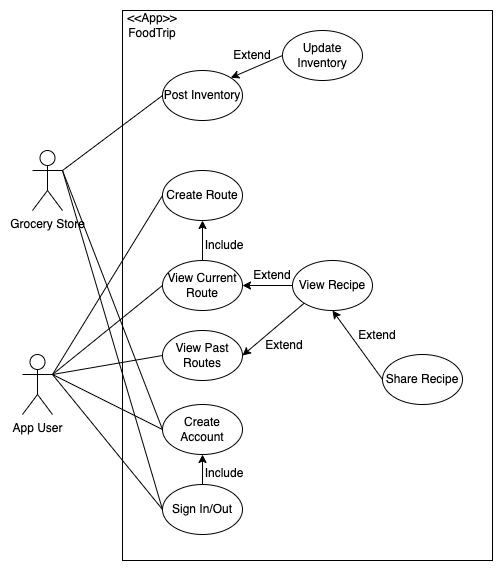
The draw.io diagram documentation/images/use-case-diagram.png in CPEN321-FoodTrip/FoodTrip, before a commit. Source tidied: cells renumbered, new cells last; positions are measured from the earlier drawing's top-left corner, leaving out a move shared by most shapes. Its diagram source:
```xml
<mxGraphModel>
  <root>
    <mxCell id="0" />
    <mxCell id="1" parent="0" />
    <mxCell id="2" value="App User&lt;div&gt;&lt;div&gt;&lt;br&gt;&lt;/div&gt;&lt;/div&gt;" style="shape=umlActor;verticalLabelPosition=bottom;verticalAlign=top;html=1;outlineConnect=0;" parent="1" vertex="1">
      <mxGeometry y="344" width="30" height="60" as="geometry" />
    </mxCell>
    <mxCell id="3" style="rounded=0;whiteSpace=wrap;html=1;labelBackgroundColor=default;fillColor=none;" parent="1" vertex="1">
      <mxGeometry x="100" width="370" height="550" as="geometry" />
    </mxCell>
    <mxCell id="4" value="Grocery Store" style="shape=umlActor;verticalLabelPosition=bottom;verticalAlign=top;html=1;outlineConnect=0;" parent="1" vertex="1">
      <mxGeometry x="10" y="140" width="30" height="60" as="geometry" />
    </mxCell>
    <mxCell id="5" value="&amp;lt;&amp;lt;App&amp;gt;&amp;gt;&lt;br&gt;FoodTrip" style="text;html=1;align=center;verticalAlign=middle;whiteSpace=wrap;rounded=0;" parent="1" vertex="1">
      <mxGeometry x="100" width="60" height="30" as="geometry" />
    </mxCell>
    <mxCell id="6" value="Create Route" style="ellipse;whiteSpace=wrap;html=1;" parent="1" vertex="1">
      <mxGeometry x="140" y="160" width="80" height="50" as="geometry" />
    </mxCell>
    <mxCell id="7" value="Create Account" style="ellipse;whiteSpace=wrap;html=1;" parent="1" vertex="1">
      <mxGeometry x="140" y="394" width="80" height="50" as="geometry" />
    </mxCell>
    <mxCell id="8" style="edgeStyle=orthogonalEdgeStyle;rounded=0;jettySize=auto;html=1;" parent="1" edge="1" source="9" target="7">
      <mxGeometry relative="1" as="geometry" />
    </mxCell>
    <mxCell id="9" value="Sign In/Out" style="ellipse;whiteSpace=wrap;html=1;" parent="1" vertex="1">
      <mxGeometry x="140" y="474" width="80" height="50" as="geometry" />
    </mxCell>
    <mxCell id="10" style="edgeStyle=orthogonalEdgeStyle;rounded=0;jettySize=auto;html=1;" parent="1" edge="1" source="11" target="13">
      <mxGeometry relative="1" as="geometry" />
    </mxCell>
    <mxCell id="11" value="View Recipe" style="ellipse;whiteSpace=wrap;html=1;" parent="1" vertex="1">
      <mxGeometry x="270" y="250" width="80" height="50" as="geometry" />
    </mxCell>
    <mxCell id="12" style="edgeStyle=orthogonalEdgeStyle;rounded=0;jettySize=auto;html=1;" parent="1" edge="1" source="13" target="6">
      <mxGeometry relative="1" as="geometry" />
    </mxCell>
    <mxCell id="13" value="View Current Route" style="ellipse;whiteSpace=wrap;html=1;" parent="1" vertex="1">
      <mxGeometry x="140" y="250" width="80" height="50" as="geometry" />
    </mxCell>
    <mxCell id="14" value="Include" style="text;html=1;align=center;verticalAlign=middle;whiteSpace=wrap;rounded=0;" parent="1" vertex="1">
      <mxGeometry x="172" y="220" width="60" height="30" as="geometry" />
    </mxCell>
    <mxCell id="15" style="endArrow=none;html=1;rounded=0;exitX=1;exitY=0.3333333333333333;exitDx=0;exitDy=0;exitPerimeter=0;entryX=0;entryY=0.5;entryDx=0;entryDy=0;" parent="1" edge="1" source="2" target="6">
      <mxGeometry relative="1" as="geometry" />
    </mxCell>
    <mxCell id="16" style="endArrow=none;html=1;rounded=0;exitX=1;exitY=0.3333333333333333;exitDx=0;exitDy=0;exitPerimeter=0;entryX=0;entryY=0.5;entryDx=0;entryDy=0;" parent="1" edge="1" source="2" target="13">
      <mxGeometry relative="1" as="geometry" />
    </mxCell>
    <mxCell id="17" value="Include" style="text;html=1;align=center;verticalAlign=middle;whiteSpace=wrap;rounded=0;" parent="1" vertex="1">
      <mxGeometry x="172" y="448" width="60" height="30" as="geometry" />
    </mxCell>
    <mxCell id="18" style="endArrow=none;html=1;rounded=0;exitX=1;exitY=0.3333333333333333;exitDx=0;exitDy=0;exitPerimeter=0;entryX=0;entryY=0.5;entryDx=0;entryDy=0;" parent="1" edge="1" source="2" target="7">
      <mxGeometry relative="1" as="geometry" />
    </mxCell>
    <mxCell id="19" style="endArrow=none;html=1;rounded=0;exitX=1;exitY=0.3333333333333333;exitDx=0;exitDy=0;exitPerimeter=0;entryX=0;entryY=0.5;entryDx=0;entryDy=0;" parent="1" edge="1" source="2" target="9">
      <mxGeometry relative="1" as="geometry" />
    </mxCell>
    <mxCell id="20" value="Extend" style="text;html=1;align=center;verticalAlign=middle;whiteSpace=wrap;rounded=0;" parent="1" vertex="1">
      <mxGeometry x="220" y="250" width="60" height="30" as="geometry" />
    </mxCell>
    <mxCell id="21" value="Post Inventory" style="ellipse;whiteSpace=wrap;html=1;" parent="1" vertex="1">
      <mxGeometry x="140" y="60" width="80" height="50" as="geometry" />
    </mxCell>
    <mxCell id="22" style="endArrow=none;html=1;rounded=0;entryX=1;entryY=0.3333333333333333;entryDx=0;entryDy=0;entryPerimeter=0;exitX=0;exitY=0.5;exitDx=0;exitDy=0;" parent="1" edge="1" source="7" target="4">
      <mxGeometry relative="1" as="geometry" />
    </mxCell>
    <mxCell id="23" style="endArrow=none;html=1;rounded=0;entryX=1;entryY=0.3333333333333333;entryDx=0;entryDy=0;entryPerimeter=0;exitX=0;exitY=0.5;exitDx=0;exitDy=0;" parent="1" edge="1" source="9" target="4">
      <mxGeometry relative="1" as="geometry" />
    </mxCell>
    <mxCell id="24" style="endArrow=none;html=1;rounded=0;entryX=1;entryY=0.3333333333333333;entryDx=0;entryDy=0;entryPerimeter=0;exitX=0;exitY=0.5;exitDx=0;exitDy=0;" parent="1" edge="1" source="21" target="4">
      <mxGeometry relative="1" as="geometry" />
    </mxCell>
    <mxCell id="25" value="Update Inventory" style="ellipse;whiteSpace=wrap;html=1;" parent="1" vertex="1">
      <mxGeometry x="260" y="20" width="80" height="50" as="geometry" />
    </mxCell>
    <mxCell id="26" style="endArrow=classic;html=1;rounded=0;entryX=1;entryY=0;entryDx=0;entryDy=0;exitX=0;exitY=0.5;exitDx=0;exitDy=0;" parent="1" edge="1" source="25" target="21">
      <mxGeometry relative="1" as="geometry" />
    </mxCell>
    <mxCell id="27" value="Extend" style="text;html=1;align=center;verticalAlign=middle;whiteSpace=wrap;rounded=0;" parent="1" vertex="1">
      <mxGeometry x="200" y="30" width="60" height="30" as="geometry" />
    </mxCell>
    <mxCell id="28" value="Share Recipe" style="ellipse;whiteSpace=wrap;html=1;" parent="1" vertex="1">
      <mxGeometry x="360" y="344" width="80" height="50" as="geometry" />
    </mxCell>
    <mxCell id="29" style="endArrow=classic;html=1;rounded=0;entryX=0.5;entryY=1;entryDx=0;entryDy=0;exitX=0;exitY=0.5;exitDx=0;exitDy=0;" parent="1" edge="1" source="28" target="11">
      <mxGeometry relative="1" as="geometry" />
    </mxCell>
    <mxCell id="30" value="Extend" style="text;html=1;align=center;verticalAlign=middle;whiteSpace=wrap;rounded=0;" parent="1" vertex="1">
      <mxGeometry x="325" y="310" width="60" height="30" as="geometry" />
    </mxCell>
    <mxCell id="31" value="View Past Routes" style="ellipse;whiteSpace=wrap;html=1;" parent="1" vertex="1">
      <mxGeometry x="140" y="320" width="80" height="50" as="geometry" />
    </mxCell>
    <mxCell id="32" value="Extend" style="text;html=1;align=center;verticalAlign=middle;whiteSpace=wrap;rounded=0;" parent="1" vertex="1">
      <mxGeometry x="232" y="320" width="60" height="30" as="geometry" />
    </mxCell>
    <mxCell id="33" style="endArrow=classic;html=1;rounded=0;exitX=0;exitY=1;exitDx=0;exitDy=0;entryX=1;entryY=0.5;entryDx=0;entryDy=0;" parent="1" edge="1" source="11" target="31">
      <mxGeometry relative="1" as="geometry" />
    </mxCell>
    <mxCell id="34" style="endArrow=none;html=1;rounded=0;exitX=1;exitY=0.3333333333333333;exitDx=0;exitDy=0;exitPerimeter=0;entryX=0;entryY=0.5;entryDx=0;entryDy=0;" parent="1" edge="1" source="2" target="31">
      <mxGeometry relative="1" as="geometry" />
    </mxCell>
  </root>
</mxGraphModel>
```
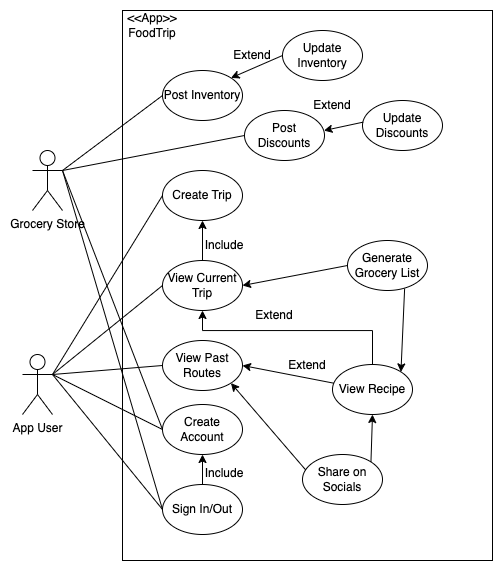
Above is the later version.

Commit message:
Update user case diagram

The edit, as a diff of the source:
```diff
@@ -14,7 +14,7 @@
     <mxCell id="5" value="&amp;lt;&amp;lt;App&amp;gt;&amp;gt;&lt;br&gt;FoodTrip" style="text;html=1;align=center;verticalAlign=middle;whiteSpace=wrap;rounded=0;" parent="1" vertex="1">
       <mxGeometry x="100" width="60" height="30" as="geometry" />
     </mxCell>
-    <mxCell id="6" value="Create Route" style="ellipse;whiteSpace=wrap;html=1;" parent="1" vertex="1">
+    <mxCell id="6" value="Create Trip" style="ellipse;whiteSpace=wrap;html=1;" parent="1" vertex="1">
       <mxGeometry x="140" y="160" width="80" height="50" as="geometry" />
     </mxCell>
     <mxCell id="7" value="Create Account" style="ellipse;whiteSpace=wrap;html=1;" parent="1" vertex="1">
@@ -26,16 +26,21 @@
     <mxCell id="9" value="Sign In/Out" style="ellipse;whiteSpace=wrap;html=1;" parent="1" vertex="1">
       <mxGeometry x="140" y="474" width="80" height="50" as="geometry" />
     </mxCell>
-    <mxCell id="10" style="edgeStyle=orthogonalEdgeStyle;rounded=0;jettySize=auto;html=1;" parent="1" edge="1" source="11" target="13">
-      <mxGeometry relative="1" as="geometry" />
+    <mxCell id="10" style="edgeStyle=orthogonalEdgeStyle;rounded=0;jettySize=auto;html=1;exitX=0.5;exitY=0;exitDx=0;exitDy=0;" parent="1" edge="1" source="11" target="13">
+      <mxGeometry relative="1" as="geometry">
+        <Array as="points">
+          <mxPoint x="350" y="320" />
+          <mxPoint x="180" y="320" />
+        </Array>
+      </mxGeometry>
     </mxCell>
     <mxCell id="11" value="View Recipe" style="ellipse;whiteSpace=wrap;html=1;" parent="1" vertex="1">
-      <mxGeometry x="270" y="250" width="80" height="50" as="geometry" />
+      <mxGeometry x="310" y="354" width="80" height="50" as="geometry" />
     </mxCell>
     <mxCell id="12" style="edgeStyle=orthogonalEdgeStyle;rounded=0;jettySize=auto;html=1;" parent="1" edge="1" source="13" target="6">
       <mxGeometry relative="1" as="geometry" />
     </mxCell>
-    <mxCell id="13" value="View Current Route" style="ellipse;whiteSpace=wrap;html=1;" parent="1" vertex="1">
+    <mxCell id="13" value="View Current Trip" style="ellipse;whiteSpace=wrap;html=1;" parent="1" vertex="1">
       <mxGeometry x="140" y="250" width="80" height="50" as="geometry" />
     </mxCell>
     <mxCell id="14" value="Include" style="text;html=1;align=center;verticalAlign=middle;whiteSpace=wrap;rounded=0;" parent="1" vertex="1">
@@ -56,9 +61,6 @@
     <mxCell id="19" style="endArrow=none;html=1;rounded=0;exitX=1;exitY=0.3333333333333333;exitDx=0;exitDy=0;exitPerimeter=0;entryX=0;entryY=0.5;entryDx=0;entryDy=0;" parent="1" edge="1" source="2" target="9">
       <mxGeometry relative="1" as="geometry" />
     </mxCell>
-    <mxCell id="20" value="Extend" style="text;html=1;align=center;verticalAlign=middle;whiteSpace=wrap;rounded=0;" parent="1" vertex="1">
-      <mxGeometry x="220" y="250" width="60" height="30" as="geometry" />
-    </mxCell>
     <mxCell id="21" value="Post Inventory" style="ellipse;whiteSpace=wrap;html=1;" parent="1" vertex="1">
       <mxGeometry x="140" y="60" width="80" height="50" as="geometry" />
     </mxCell>
@@ -80,26 +82,53 @@
     <mxCell id="27" value="Extend" style="text;html=1;align=center;verticalAlign=middle;whiteSpace=wrap;rounded=0;" parent="1" vertex="1">
       <mxGeometry x="200" y="30" width="60" height="30" as="geometry" />
     </mxCell>
-    <mxCell id="28" value="Share Recipe" style="ellipse;whiteSpace=wrap;html=1;" parent="1" vertex="1">
-      <mxGeometry x="360" y="344" width="80" height="50" as="geometry" />
+    <mxCell id="28" value="Share on Socials" style="ellipse;whiteSpace=wrap;html=1;" parent="1" vertex="1">
+      <mxGeometry x="280" y="444" width="80" height="50" as="geometry" />
     </mxCell>
-    <mxCell id="29" style="endArrow=classic;html=1;rounded=0;entryX=0.5;entryY=1;entryDx=0;entryDy=0;exitX=0;exitY=0.5;exitDx=0;exitDy=0;" parent="1" edge="1" source="28" target="11">
+    <mxCell id="29" style="endArrow=classic;html=1;rounded=0;entryX=0.5;entryY=1;entryDx=0;entryDy=0;exitX=1;exitY=0;exitDx=0;exitDy=0;" parent="1" edge="1" source="28" target="11">
       <mxGeometry relative="1" as="geometry" />
     </mxCell>
     <mxCell id="30" value="Extend" style="text;html=1;align=center;verticalAlign=middle;whiteSpace=wrap;rounded=0;" parent="1" vertex="1">
-      <mxGeometry x="325" y="310" width="60" height="30" as="geometry" />
+      <mxGeometry x="222" y="290" width="60" height="30" as="geometry" />
     </mxCell>
     <mxCell id="31" value="View Past Routes" style="ellipse;whiteSpace=wrap;html=1;" parent="1" vertex="1">
-      <mxGeometry x="140" y="320" width="80" height="50" as="geometry" />
+      <mxGeometry x="140" y="330" width="80" height="50" as="geometry" />
     </mxCell>
     <mxCell id="32" value="Extend" style="text;html=1;align=center;verticalAlign=middle;whiteSpace=wrap;rounded=0;" parent="1" vertex="1">
-      <mxGeometry x="232" y="320" width="60" height="30" as="geometry" />
+      <mxGeometry x="255" y="340" width="60" height="30" as="geometry" />
     </mxCell>
-    <mxCell id="33" style="endArrow=classic;html=1;rounded=0;exitX=0;exitY=1;exitDx=0;exitDy=0;entryX=1;entryY=0.5;entryDx=0;entryDy=0;" parent="1" edge="1" source="11" target="31">
+    <mxCell id="33" style="endArrow=classic;html=1;rounded=0;exitX=0.017;exitY=0.374;exitDx=0;exitDy=0;entryX=1;entryY=0.5;entryDx=0;entryDy=0;exitPerimeter=0;" parent="1" edge="1" source="11" target="31">
       <mxGeometry relative="1" as="geometry" />
     </mxCell>
     <mxCell id="34" style="endArrow=none;html=1;rounded=0;exitX=1;exitY=0.3333333333333333;exitDx=0;exitDy=0;exitPerimeter=0;entryX=0;entryY=0.5;entryDx=0;entryDy=0;" parent="1" edge="1" source="2" target="31">
       <mxGeometry relative="1" as="geometry" />
     </mxCell>
+    <mxCell id="35" style="endArrow=none;html=1;rounded=0;entryX=1;entryY=0.3333333333333333;entryDx=0;entryDy=0;entryPerimeter=0;exitX=0;exitY=0.5;exitDx=0;exitDy=0;" parent="1" edge="1" source="36" target="4">
+      <mxGeometry relative="1" as="geometry" />
+    </mxCell>
+    <mxCell id="36" value="Post Discounts" style="ellipse;whiteSpace=wrap;html=1;" parent="1" vertex="1">
+      <mxGeometry x="222" y="100" width="80" height="50" as="geometry" />
+    </mxCell>
+    <mxCell id="37" value="Update Discounts" style="ellipse;whiteSpace=wrap;html=1;" parent="1" vertex="1">
+      <mxGeometry x="340" y="90" width="80" height="50" as="geometry" />
+    </mxCell>
+    <mxCell id="20" value="Extend" style="text;html=1;align=center;verticalAlign=middle;whiteSpace=wrap;rounded=0;" parent="1" vertex="1">
+      <mxGeometry x="280" y="80" width="60" height="30" as="geometry" />
+    </mxCell>
+    <mxCell id="38" style="endArrow=classic;html=1;rounded=0;entryX=0.993;entryY=0.401;entryDx=0;entryDy=0;exitX=0.008;exitY=0.433;exitDx=0;exitDy=0;entryPerimeter=0;exitPerimeter=0;" parent="1" edge="1" source="37" target="36">
+      <mxGeometry relative="1" as="geometry" />
+    </mxCell>
+    <mxCell id="39" style="endArrow=classic;html=1;rounded=0;entryX=1;entryY=1;entryDx=0;entryDy=0;exitX=0.041;exitY=0.311;exitDx=0;exitDy=0;exitPerimeter=0;" parent="1" edge="1" source="28" target="31">
+      <mxGeometry relative="1" as="geometry" />
+    </mxCell>
+    <mxCell id="40" value="Generate Grocery List" style="ellipse;whiteSpace=wrap;html=1;" parent="1" vertex="1">
+      <mxGeometry x="325" y="230" width="80" height="50" as="geometry" />
+    </mxCell>
+    <mxCell id="41" style="endArrow=classic;html=1;rounded=0;entryX=1;entryY=0.5;entryDx=0;entryDy=0;exitX=0;exitY=0.5;exitDx=0;exitDy=0;" parent="1" edge="1" source="40" target="13">
+      <mxGeometry relative="1" as="geometry" />
+    </mxCell>
+    <mxCell id="42" style="endArrow=classic;html=1;rounded=0;entryX=1;entryY=0;entryDx=0;entryDy=0;exitX=0.714;exitY=0.962;exitDx=0;exitDy=0;exitPerimeter=0;" parent="1" edge="1" source="40" target="11">
+      <mxGeometry relative="1" as="geometry" />
+    </mxCell>
   </root>
 </mxGraphModel>
```
